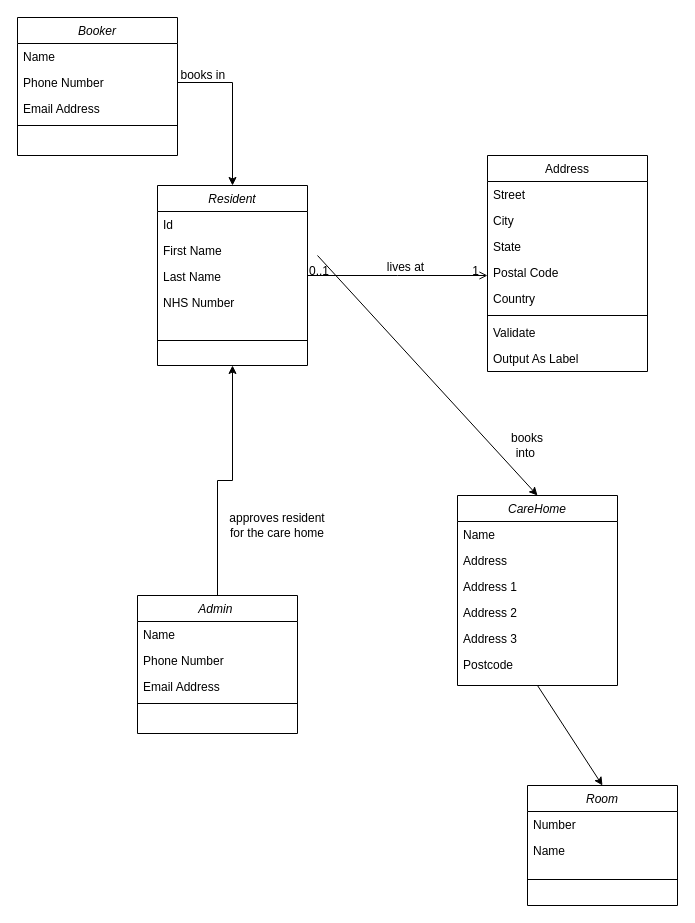
Before: CareHomeClassDiagram.drawio in mattwatts36/drawings, a draw.io diagram. Source tidied: cells renumbered, new cells numbered last; positions are measured from the earlier drawing's top-left corner, leaving out a move shared by most shapes. Both pictures are drawn from the tidied source at 100%, with x=0, y=0 at pixel (17, 17).
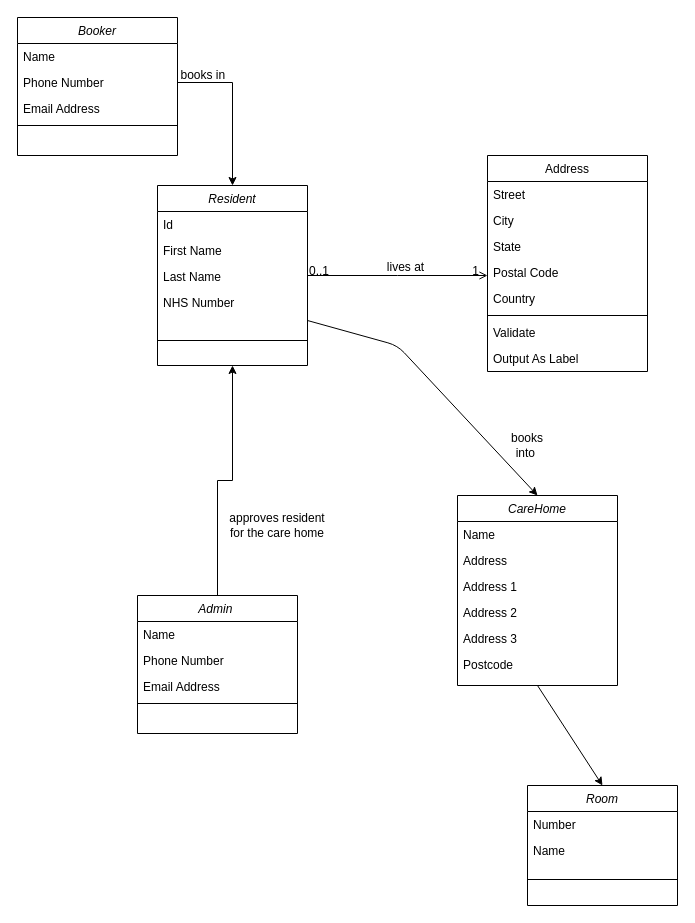
After the change.

Unchanged cells that the change refers to:
```xml
<mxCell id="2" value="Resident" style="swimlane;fontStyle=2;align=center;verticalAlign=top;horizontal=1;startSize=26;rounded=0;shadow=0;strokeWidth=1;" parent="1" vertex="1">
  <mxGeometry x="140" y="168" width="150" height="180" as="geometry" />
</mxCell>
<mxCell id="33" value="CareHome" style="swimlane;fontStyle=2;align=center;verticalAlign=top;horizontal=1;startSize=26;rounded=0;shadow=0;strokeWidth=1;" parent="1" vertex="1">
  <mxGeometry x="440" y="478" width="160" height="190" as="geometry" />
</mxCell>
```

The edit, as a diff of the source:
```diff
@@
-    <mxCell id="40" style="endArrow=classic;html=1;entryX=0.5;entryY=0;entryDx=0;entryDy=0;" parent="1" edge="1" target="33">
+    <mxCell id="40" style="endArrow=classic;html=1;entryX=0.5;entryY=0;entryDx=0;entryDy=0;exitX=1;exitY=0.75;exitDx=0;exitDy=0;" parent="1" edge="1" source="2" target="33">
       <mxGeometry relative="1" as="geometry">
-        <mxPoint x="300" y="238" as="sourcePoint" />
+        <Array as="points">
+          <mxPoint x="380" y="328" />
+        </Array>
       </mxGeometry>
     </mxCell>
```
